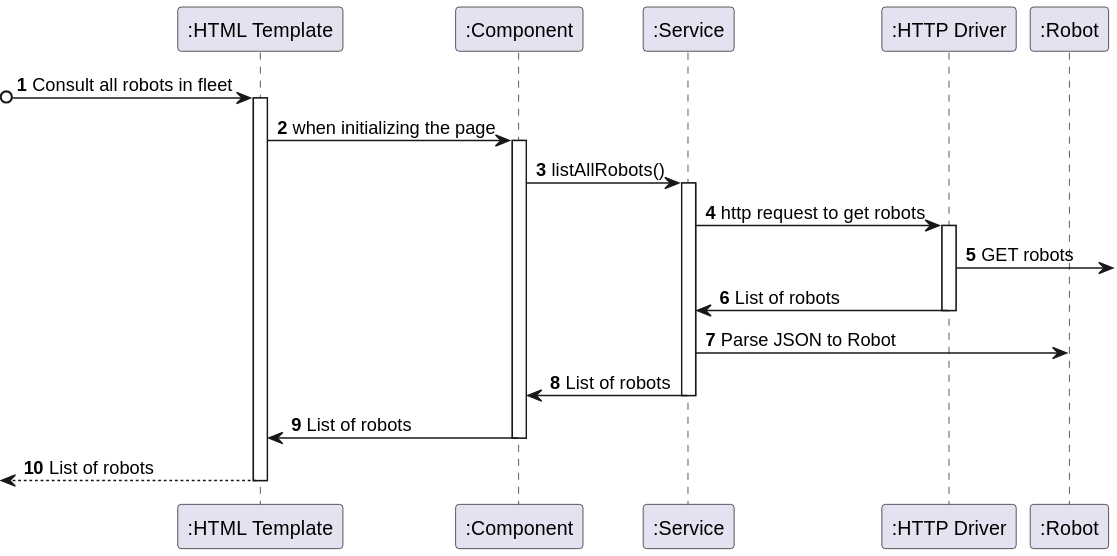
Above: Visualization/docs/US_1030/Diagrams/Level3/ProcessView.svg in Pedro-Pereira1/sem5pi_23_24_g056_Visualization (PlantUML), before the change.
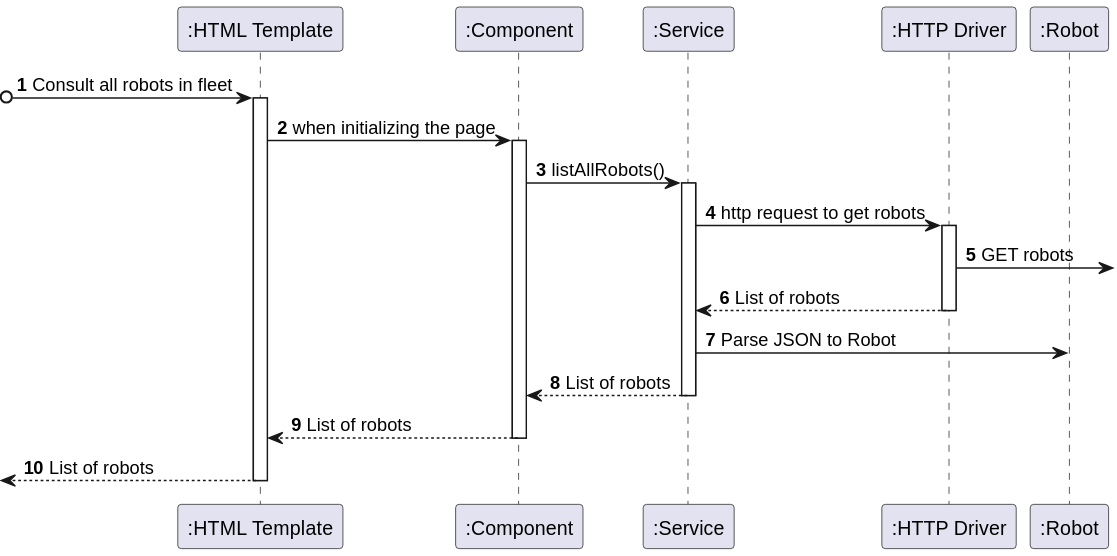
Later version of the same file.

What changed in the source:
```diff
@@ -18,12 +18,12 @@
 Service -> Driver: http request to get robots
 activate Driver
 Driver ->: GET robots
-Driver -> Service: List of robots
+Driver --> Service: List of robots
 deactivate Driver
 Service -> Robot: Parse JSON to Robot
-Service -> Component: List of robots
+Service --> Component: List of robots
 deactivate Service
-Component -> Template: List of robots
+Component --> Template: List of robots
 deactivate Component
 <-- Template: List of robots
 deactivate Template
```
